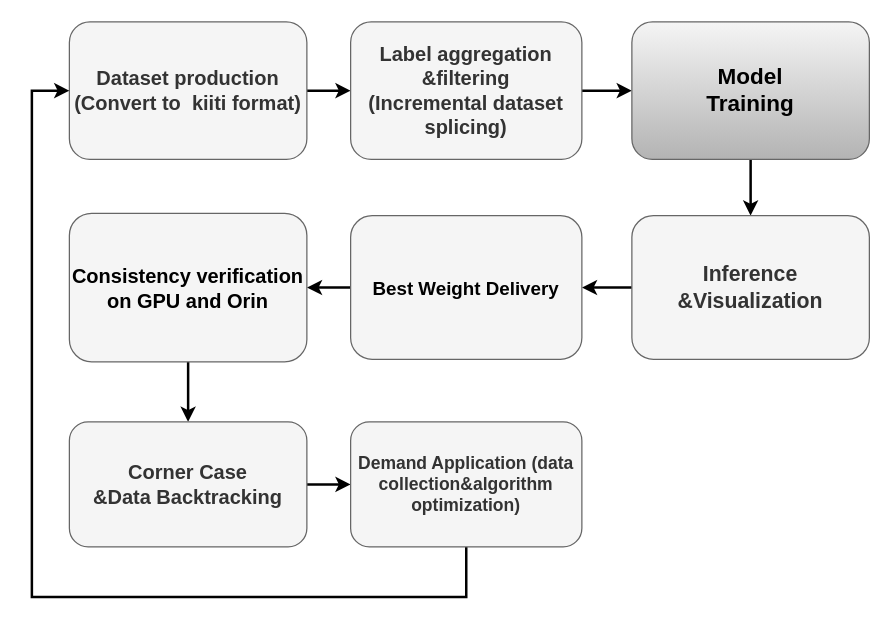
Before: model training.drawio in HouXin-J/BEVDet, a draw.io diagram. Source tidied: cells renumbered, new cells numbered last; positions are measured from the earlier drawing's top-left corner, leaving out a move shared by most shapes. Both pictures are drawn from the tidied source at 125%, with x=0, y=0 at pixel (31, 21).
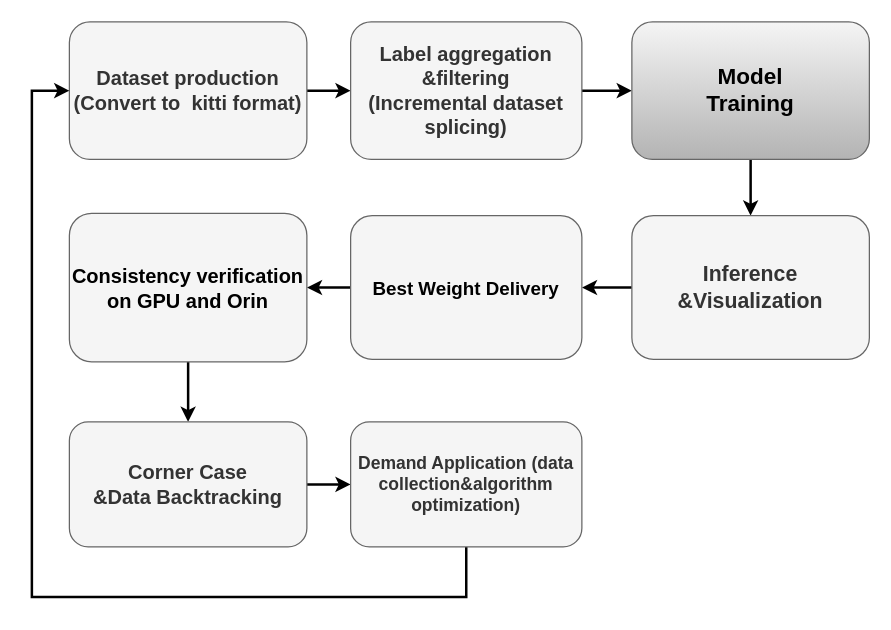
The same page after the edit.

What changed in the source:
```diff
@@
 <mxGraphModel>
   <root>
     <mxCell id="0" />
     <mxCell id="1" parent="0" />
     <mxCell id="2" style="edgeStyle=orthogonalEdgeStyle;rounded=0;jettySize=auto;html=1;strokeWidth=2;" parent="1" edge="1" source="3" target="5">
       <mxGeometry relative="1" as="geometry" />
     </mxCell>
-    <mxCell id="3" value="&lt;div style=&quot;font-size: 16px;&quot;&gt;&lt;b style=&quot;&quot;&gt;&lt;font style=&quot;font-size: 16px;&quot;&gt;Dataset production&lt;/font&gt;&lt;/b&gt;&lt;/div&gt;&lt;div style=&quot;font-size: 16px;&quot;&gt;&lt;b style=&quot;&quot;&gt;&lt;font style=&quot;font-size: 16px;&quot;&gt;(Convert to&amp;nbsp;&amp;nbsp;&lt;span style=&quot;background-color: initial;&quot;&gt;kiiti format)&lt;/span&gt;&lt;/font&gt;&lt;/b&gt;&lt;/div&gt;" style="rounded=1;whiteSpace=wrap;html=1;fillColor=#f5f5f5;strokeColor=#666666;fontColor=#333333;" parent="1" vertex="1">
+    <mxCell id="3" value="&lt;div style=&quot;font-size: 16px;&quot;&gt;&lt;b style=&quot;&quot;&gt;&lt;font style=&quot;font-size: 16px;&quot;&gt;Dataset production&lt;/font&gt;&lt;/b&gt;&lt;/div&gt;&lt;div style=&quot;font-size: 16px;&quot;&gt;&lt;b style=&quot;&quot;&gt;&lt;font style=&quot;font-size: 16px;&quot;&gt;(Convert to&amp;nbsp;&amp;nbsp;&lt;span style=&quot;background-color: initial;&quot;&gt;kitti format)&lt;/span&gt;&lt;/font&gt;&lt;/b&gt;&lt;/div&gt;" style="rounded=1;whiteSpace=wrap;html=1;fillColor=#f5f5f5;strokeColor=#666666;fontColor=#333333;" parent="1" vertex="1">
       <mxGeometry x="30" width="190" height="110" as="geometry" />
     </mxCell>
     <mxCell id="4" style="edgeStyle=orthogonalEdgeStyle;rounded=0;jettySize=auto;html=1;strokeWidth=2;" parent="1" edge="1" source="5" target="7">
       <mxGeometry relative="1" as="geometry" />
     </mxCell>
     <mxCell id="5" value="&lt;div style=&quot;font-size: 16px;&quot;&gt;&lt;b style=&quot;&quot;&gt;&lt;font style=&quot;font-size: 16px;&quot;&gt;Label aggregation&lt;/font&gt;&lt;/b&gt;&lt;/div&gt;&lt;div style=&quot;font-size: 16px;&quot;&gt;&lt;b&gt;&lt;font style=&quot;font-size: 16px;&quot;&gt;&amp;amp;&lt;/font&gt;&lt;/b&gt;&lt;b style=&quot;background-color: initial;&quot;&gt;filtering&lt;/b&gt;&lt;/div&gt;&lt;div style=&quot;font-size: 16px;&quot;&gt;&lt;b style=&quot;&quot;&gt;&lt;font style=&quot;font-size: 16px;&quot;&gt;(Incremental dataset splicing)&lt;/font&gt;&lt;/b&gt;&lt;/div&gt;" style="whiteSpace=wrap;html=1;rounded=1;fillColor=#f5f5f5;strokeColor=#666666;fontColor=#333333;" parent="1" vertex="1">
       <mxGeometry x="255" width="185" height="110" as="geometry" />
     </mxCell>
     <mxCell id="6" style="edgeStyle=orthogonalEdgeStyle;rounded=0;jettySize=auto;html=1;strokeWidth=2;" parent="1" edge="1" source="7" target="9">
       <mxGeometry relative="1" as="geometry" />
     </mxCell>
     <mxCell id="7" value="&lt;b&gt;&lt;font style=&quot;font-size: 18px;&quot;&gt;Model &lt;br&gt;Training&lt;/font&gt;&lt;/b&gt;" style="whiteSpace=wrap;html=1;rounded=1;fillColor=#f5f5f5;strokeColor=#666666;gradientColor=#b3b3b3;" parent="1" vertex="1">
       <mxGeometry x="480" width="190" height="110" as="geometry" />
     </mxCell>
     <mxCell id="8" style="edgeStyle=orthogonalEdgeStyle;rounded=0;jettySize=auto;html=1;strokeWidth=2;" parent="1" edge="1" source="9" target="11">
       <mxGeometry relative="1" as="geometry" />
     </mxCell>
     <mxCell id="9" value="&lt;b style=&quot;font-size: 17px;&quot;&gt;&lt;font style=&quot;font-size: 17px;&quot;&gt;Inference&lt;br&gt;&amp;amp;Visualization&lt;/font&gt;&lt;/b&gt;" style="whiteSpace=wrap;html=1;rounded=1;fillColor=#f5f5f5;strokeColor=#666666;fontColor=#333333;" parent="1" vertex="1">
       <mxGeometry x="480" y="155" width="190" height="115" as="geometry" />
     </mxCell>
     <mxCell id="10" style="edgeStyle=orthogonalEdgeStyle;rounded=0;jettySize=auto;html=1;strokeWidth=2;" parent="1" edge="1" source="11" target="13">
       <mxGeometry relative="1" as="geometry" />
     </mxCell>
     <mxCell id="11" value="&lt;b&gt;&lt;font style=&quot;font-size: 15px;&quot; color=&quot;#000000&quot;&gt;Best Weight Delivery&lt;/font&gt;&lt;/b&gt;" style="whiteSpace=wrap;html=1;rounded=1;fillColor=#f5f5f5;strokeColor=#666666;fontColor=#333333;" parent="1" vertex="1">
       <mxGeometry x="255" y="155" width="185" height="115" as="geometry" />
     </mxCell>
     <mxCell id="12" style="edgeStyle=orthogonalEdgeStyle;rounded=0;jettySize=auto;html=1;fontSize=16;fontColor=#000000;strokeWidth=2;" parent="1" edge="1" source="13" target="15">
       <mxGeometry relative="1" as="geometry" />
     </mxCell>
     <mxCell id="13" value="&lt;b&gt;&lt;font color=&quot;#000000&quot; style=&quot;font-size: 16px;&quot;&gt;Consistency verification on GPU and Orin&lt;/font&gt;&lt;/b&gt;" style="whiteSpace=wrap;html=1;fillColor=#f5f5f5;strokeColor=#666666;rounded=1;fontColor=#333333;" parent="1" vertex="1">
       <mxGeometry x="30" y="153.1" width="190" height="118.8" as="geometry" />
     </mxCell>
     <mxCell id="14" style="edgeStyle=orthogonalEdgeStyle;rounded=0;jettySize=auto;html=1;fontSize=16;fontColor=#000000;strokeWidth=2;" parent="1" edge="1" source="15" target="17">
       <mxGeometry relative="1" as="geometry" />
     </mxCell>
     <mxCell id="15" value="&lt;b style=&quot;font-size: 16px;&quot;&gt;Corner Case &lt;br&gt;&amp;amp;Data Backtracking&lt;/b&gt;" style="whiteSpace=wrap;html=1;fillColor=#f5f5f5;strokeColor=#666666;fontColor=#333333;rounded=1;" parent="1" vertex="1">
       <mxGeometry x="30" y="320" width="190" height="100" as="geometry" />
     </mxCell>
     <mxCell id="16" style="edgeStyle=orthogonalEdgeStyle;rounded=0;jettySize=auto;html=1;entryX=0;entryY=0.5;entryDx=0;entryDy=0;fontSize=14;fontColor=#000000;strokeWidth=2;" parent="1" edge="1" source="17" target="3">
       <mxGeometry relative="1" as="geometry">
         <Array as="points">
           <mxPoint x="348" y="460" />
           <mxPoint y="460" />
           <mxPoint y="55" />
         </Array>
       </mxGeometry>
     </mxCell>
     <mxCell id="17" value="&lt;b&gt;&lt;font style=&quot;font-size: 14px;&quot;&gt;Demand Application (data collection&amp;amp;algorithm optimization)&lt;/font&gt;&lt;/b&gt;" style="whiteSpace=wrap;html=1;fillColor=#f5f5f5;strokeColor=#666666;fontColor=#333333;rounded=1;" parent="1" vertex="1">
       <mxGeometry x="255" y="320" width="185" height="100" as="geometry" />
     </mxCell>
   </root>
 </mxGraphModel>
```
